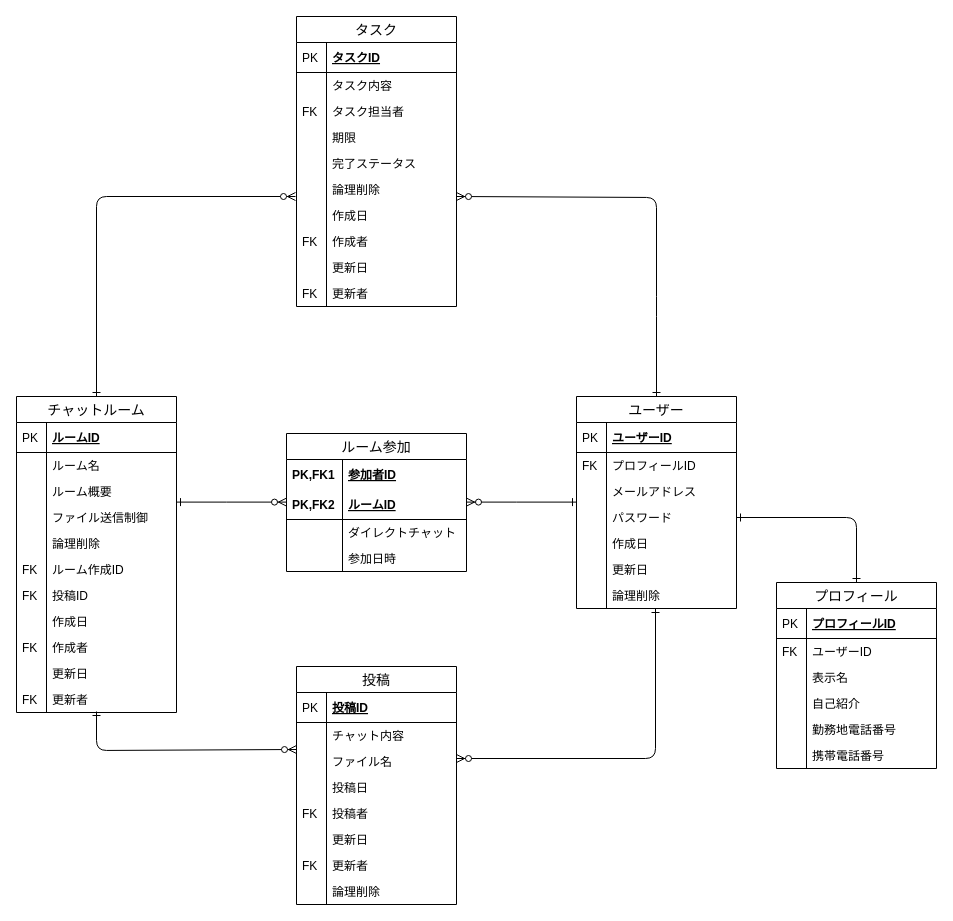
Earlier version of the draw.io diagram db/db-challenge1/er.drawio (oyoyo55/quelcode-db). Source tidied: cells renumbered, new cells numbered last; positions are measured from the earlier drawing's top-left corner, leaving out a move shared by most shapes. Both pictures are drawn from the tidied source at 100%, with x=0, y=0 at pixel (16, 16).
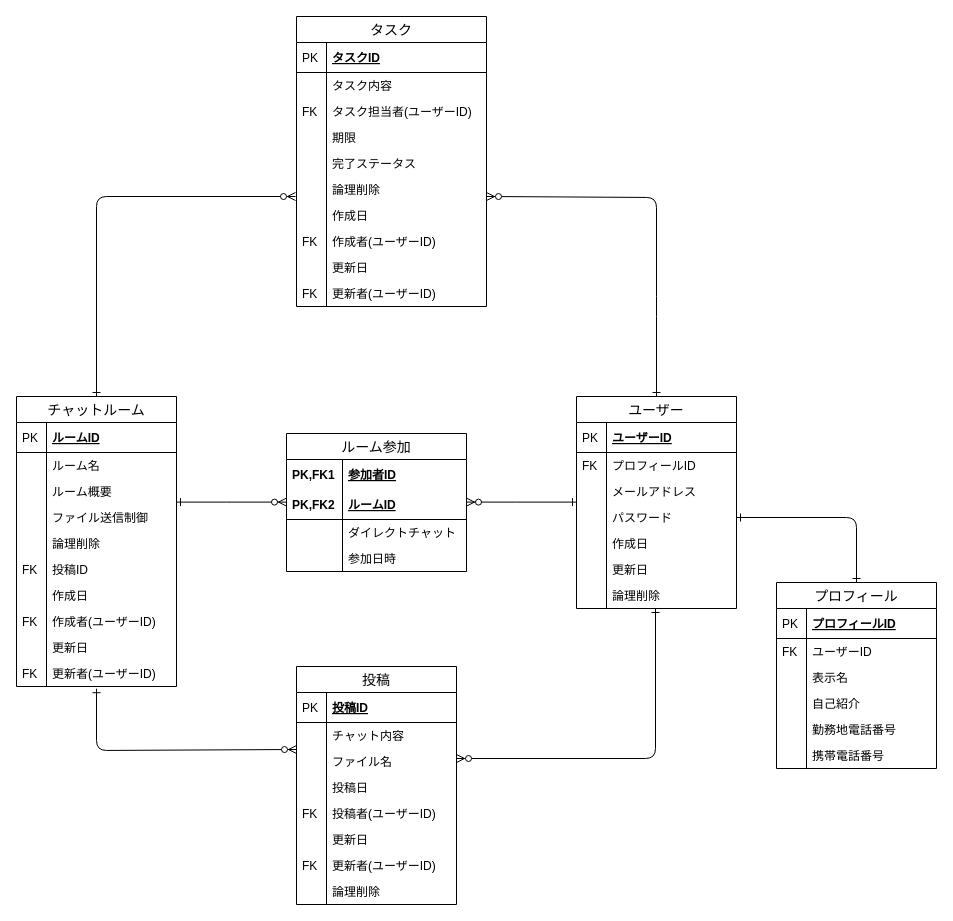
After the change.

Commit message:
外部キー 紐づく文言の記入

視認性をあげるため

Unchanged cells that the change refers to:
```xml
<mxCell id="43" value="投稿" style="swimlane;fontStyle=0;horizontal=1;startSize=26;align=center;fontSize=14;" parent="1" vertex="1">
  <mxGeometry x="280" y="650" width="160" height="238" as="geometry" />
</mxCell>
```

Change to the diagram source:
```diff
@@
     <mxCell id="2" style="fontSize=12;html=1;endArrow=ERzeroToMany;startArrow=ERone;startFill=0;elbow=vertical;" parent="1" edge="1">
       <mxGeometry relative="1" as="geometry">
         <mxPoint x="640" y="380" as="sourcePoint" />
-        <mxPoint x="440" y="180" as="targetPoint" />
+        <mxPoint x="470" y="180" as="targetPoint" />
         <Array as="points">
           <mxPoint x="640" y="290" />
           <mxPoint x="640" y="181" />
         </Array>
       </mxGeometry>
     </mxCell>
     <mxCell id="3" value="チャットルーム" style="swimlane;fontStyle=0;horizontal=1;startSize=26;align=center;fontSize=14;" parent="1" vertex="1">
-      <mxGeometry y="380" width="160" height="316" as="geometry" />
+      <mxGeometry y="380" width="160" height="290" as="geometry" />
     </mxCell>
@@
-    <mxCell id="14" value="ルーム作成ID" style="shape=partialRectangle;top=0;left=0;right=0;bottom=0;align=left;verticalAlign=top;fillColor=none;spacingLeft=34;spacingRight=4;overflow=hidden;fontSize=12;" parent="3" vertex="1">
-      <mxGeometry y="160" width="160" height="26" as="geometry" />
-    </mxCell>
-    <mxCell id="15" value="FK" style="shape=partialRectangle;top=0;left=0;bottom=0;fillColor=none;align=left;verticalAlign=top;spacingLeft=4;spacingRight=4;overflow=hidden;fontSize=12;" parent="14" vertex="1">
-      <mxGeometry width="30" height="26" as="geometry" />
-    </mxCell>
     <mxCell id="16" value="投稿ID" style="shape=partialRectangle;top=0;left=0;right=0;bottom=0;align=left;verticalAlign=top;fillColor=none;spacingLeft=34;spacingRight=4;overflow=hidden;fontSize=12;" parent="3" vertex="1">
-      <mxGeometry y="186" width="160" height="26" as="geometry" />
+      <mxGeometry y="160" width="160" height="26" as="geometry" />
     </mxCell>
@@
     <mxCell id="18" value="作成日" style="shape=partialRectangle;top=0;left=0;right=0;bottom=0;align=left;verticalAlign=top;fillColor=none;spacingLeft=34;spacingRight=4;overflow=hidden;fontSize=12;" parent="3" vertex="1">
-      <mxGeometry y="212" width="160" height="26" as="geometry" />
+      <mxGeometry y="186" width="160" height="26" as="geometry" />
     </mxCell>
@@
-    <mxCell id="20" value="作成者" style="shape=partialRectangle;top=0;left=0;right=0;bottom=0;align=left;verticalAlign=top;fillColor=none;spacingLeft=34;spacingRight=4;overflow=hidden;fontSize=12;" parent="3" vertex="1">
-      <mxGeometry y="238" width="160" height="26" as="geometry" />
+    <mxCell id="20" value="作成者(ユーザーID)&#10;" style="shape=partialRectangle;top=0;left=0;right=0;bottom=0;align=left;verticalAlign=top;fillColor=none;spacingLeft=34;spacingRight=4;overflow=hidden;fontSize=12;" parent="3" vertex="1">
+      <mxGeometry y="212" width="160" height="26" as="geometry" />
     </mxCell>
@@
     <mxCell id="22" value="更新日" style="shape=partialRectangle;top=0;left=0;right=0;bottom=0;align=left;verticalAlign=top;fillColor=none;spacingLeft=34;spacingRight=4;overflow=hidden;fontSize=12;" parent="3" vertex="1">
-      <mxGeometry y="264" width="160" height="26" as="geometry" />
+      <mxGeometry y="238" width="160" height="26" as="geometry" />
     </mxCell>
@@
-    <mxCell id="24" value="更新者" style="shape=partialRectangle;top=0;left=0;right=0;bottom=0;align=left;verticalAlign=top;fillColor=none;spacingLeft=34;spacingRight=4;overflow=hidden;points=[[0,0.5],[1,0.5]];portConstraint=eastwest;fontSize=12;" parent="3" vertex="1">
-      <mxGeometry y="290" width="160" height="26" as="geometry" />
+    <mxCell id="24" value="更新者(ユーザーID)" style="shape=partialRectangle;top=0;left=0;right=0;bottom=0;align=left;verticalAlign=top;fillColor=none;spacingLeft=34;spacingRight=4;overflow=hidden;points=[[0,0.5],[1,0.5]];portConstraint=eastwest;fontSize=12;" parent="3" vertex="1">
+      <mxGeometry y="264" width="160" height="26" as="geometry" />
     </mxCell>
@@
-    <mxCell id="52" value="投稿者" style="shape=partialRectangle;top=0;left=0;right=0;bottom=0;align=left;verticalAlign=top;fillColor=none;spacingLeft=34;spacingRight=4;overflow=hidden;fontSize=12;" parent="43" vertex="1">
+    <mxCell id="52" value="投稿者(ユーザーID)" style="shape=partialRectangle;top=0;left=0;right=0;bottom=0;align=left;verticalAlign=top;fillColor=none;spacingLeft=34;spacingRight=4;overflow=hidden;fontSize=12;" parent="43" vertex="1">
       <mxGeometry y="134" width="160" height="26" as="geometry" />
     </mxCell>
@@
-    <mxCell id="56" value="更新者" style="shape=partialRectangle;top=0;left=0;right=0;bottom=0;align=left;verticalAlign=top;fillColor=none;spacingLeft=34;spacingRight=4;overflow=hidden;fontSize=12;" parent="43" vertex="1">
+    <mxCell id="56" value="更新者(ユーザーID)" style="shape=partialRectangle;top=0;left=0;right=0;bottom=0;align=left;verticalAlign=top;fillColor=none;spacingLeft=34;spacingRight=4;overflow=hidden;fontSize=12;" parent="43" vertex="1">
       <mxGeometry y="186" width="160" height="26" as="geometry" />
     </mxCell>
@@
-    <mxCell id="73" style="fontSize=12;html=1;endArrow=ERzeroToMany;startArrow=ERone;startFill=0;" parent="1" edge="1">
+    <mxCell id="73" style="fontSize=12;html=1;endArrow=ERzeroToMany;startArrow=ERone;startFill=0;exitX=0.5;exitY=1.085;exitDx=0;exitDy=0;exitPerimeter=0;" parent="1" edge="1" source="24">
       <mxGeometry relative="1" as="geometry">
-        <mxPoint x="80" y="695" as="sourcePoint" />
         <mxPoint x="280" y="733" as="targetPoint" />
         <Array as="points">
           <mxPoint x="80" y="734" />
         </Array>
       </mxGeometry>
     </mxCell>
@@
     <mxCell id="86" value="タスク" style="swimlane;fontStyle=0;horizontal=1;startSize=26;align=center;fontSize=14;" parent="1" vertex="1">
-      <mxGeometry x="280" width="160" height="290" as="geometry" />
+      <mxGeometry x="280" width="190" height="290" as="geometry" />
     </mxCell>
     <mxCell id="87" value="タスクID" style="shape=partialRectangle;top=0;left=0;right=0;bottom=1;align=left;verticalAlign=middle;fillColor=none;spacingLeft=34;spacingRight=4;overflow=hidden;fontStyle=5;fontSize=12;" parent="86" vertex="1">
-      <mxGeometry y="26" width="160" height="30" as="geometry" />
+      <mxGeometry y="26" width="190" height="30" as="geometry" />
     </mxCell>
@@
     <mxCell id="89" value="タスク内容" style="shape=partialRectangle;top=0;left=0;right=0;bottom=0;align=left;verticalAlign=top;fillColor=none;spacingLeft=34;spacingRight=4;overflow=hidden;fontSize=12;" parent="86" vertex="1">
-      <mxGeometry y="56" width="160" height="26" as="geometry" />
+      <mxGeometry y="56" width="190" height="26" as="geometry" />
     </mxCell>
@@
-    <mxCell id="91" value="タスク担当者" style="shape=partialRectangle;top=0;left=0;right=0;bottom=0;align=left;verticalAlign=top;fillColor=none;spacingLeft=34;spacingRight=4;overflow=hidden;fontSize=12;" parent="86" vertex="1">
-      <mxGeometry y="82" width="160" height="26" as="geometry" />
+    <mxCell id="91" value="タスク担当者(ユーザーID)" style="shape=partialRectangle;top=0;left=0;right=0;bottom=0;align=left;verticalAlign=top;fillColor=none;spacingLeft=34;spacingRight=4;overflow=hidden;fontSize=12;" parent="86" vertex="1">
+      <mxGeometry y="82" width="190" height="26" as="geometry" />
     </mxCell>
@@
     <mxCell id="93" value="期限" style="shape=partialRectangle;top=0;left=0;right=0;bottom=0;align=left;verticalAlign=top;fillColor=none;spacingLeft=34;spacingRight=4;overflow=hidden;fontSize=12;" parent="86" vertex="1">
-      <mxGeometry y="108" width="160" height="26" as="geometry" />
+      <mxGeometry y="108" width="190" height="26" as="geometry" />
     </mxCell>
@@
     <mxCell id="95" value="完了ステータス" style="shape=partialRectangle;top=0;left=0;right=0;bottom=0;align=left;verticalAlign=top;fillColor=none;spacingLeft=34;spacingRight=4;overflow=hidden;fontSize=12;" parent="86" vertex="1">
-      <mxGeometry y="134" width="160" height="26" as="geometry" />
+      <mxGeometry y="134" width="190" height="26" as="geometry" />
     </mxCell>
@@
     <mxCell id="97" value="論理削除" style="shape=partialRectangle;top=0;left=0;right=0;bottom=0;align=left;verticalAlign=top;fillColor=none;spacingLeft=34;spacingRight=4;overflow=hidden;fontSize=12;" parent="86" vertex="1">
-      <mxGeometry y="160" width="160" height="26" as="geometry" />
+      <mxGeometry y="160" width="190" height="26" as="geometry" />
     </mxCell>
@@
     <mxCell id="99" value="作成日" style="shape=partialRectangle;top=0;left=0;right=0;bottom=0;align=left;verticalAlign=top;fillColor=none;spacingLeft=34;spacingRight=4;overflow=hidden;fontSize=12;" parent="86" vertex="1">
-      <mxGeometry y="186" width="160" height="26" as="geometry" />
+      <mxGeometry y="186" width="190" height="26" as="geometry" />
     </mxCell>
@@
-    <mxCell id="101" value="作成者" style="shape=partialRectangle;top=0;left=0;right=0;bottom=0;align=left;verticalAlign=top;fillColor=none;spacingLeft=34;spacingRight=4;overflow=hidden;fontSize=12;" parent="86" vertex="1">
-      <mxGeometry y="212" width="160" height="26" as="geometry" />
+    <mxCell id="101" value="作成者(ユーザーID)" style="shape=partialRectangle;top=0;left=0;right=0;bottom=0;align=left;verticalAlign=top;fillColor=none;spacingLeft=34;spacingRight=4;overflow=hidden;fontSize=12;" parent="86" vertex="1">
+      <mxGeometry y="212" width="190" height="26" as="geometry" />
     </mxCell>
@@
     <mxCell id="103" value="更新日" style="shape=partialRectangle;top=0;left=0;right=0;bottom=0;align=left;verticalAlign=top;fillColor=none;spacingLeft=34;spacingRight=4;overflow=hidden;fontSize=12;" parent="86" vertex="1">
-      <mxGeometry y="238" width="160" height="26" as="geometry" />
+      <mxGeometry y="238" width="190" height="26" as="geometry" />
     </mxCell>
@@
-    <mxCell id="105" value="更新者" style="shape=partialRectangle;top=0;left=0;right=0;bottom=0;align=left;verticalAlign=top;fillColor=none;spacingLeft=34;spacingRight=4;overflow=hidden;fontSize=12;" parent="86" vertex="1">
-      <mxGeometry y="264" width="160" height="26" as="geometry" />
+    <mxCell id="105" value="更新者(ユーザーID)" style="shape=partialRectangle;top=0;left=0;right=0;bottom=0;align=left;verticalAlign=top;fillColor=none;spacingLeft=34;spacingRight=4;overflow=hidden;fontSize=12;" parent="86" vertex="1">
+      <mxGeometry y="264" width="190" height="26" as="geometry" />
     </mxCell>
```
